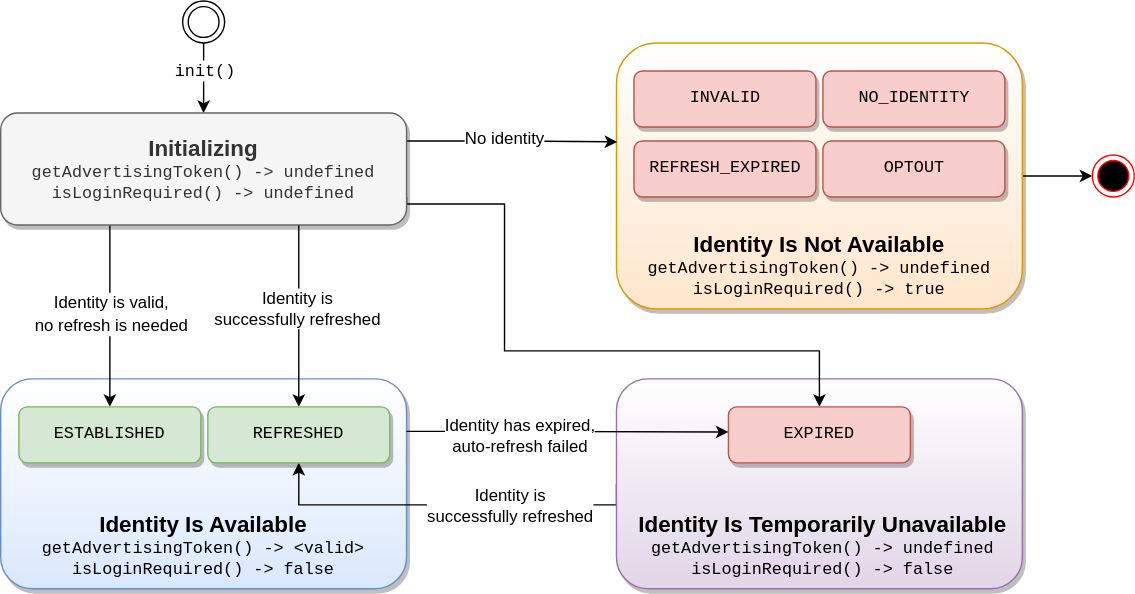
This is api/v1/sdks/uid2-js-sdk-workflow.svg from IABTechLab/uid2docs, a draw.io export, as it was before one commit. Source tidied: cells renumbered, new cells last; positions are measured from the earlier drawing's top-left corner, leaving out a move shared by most shapes.
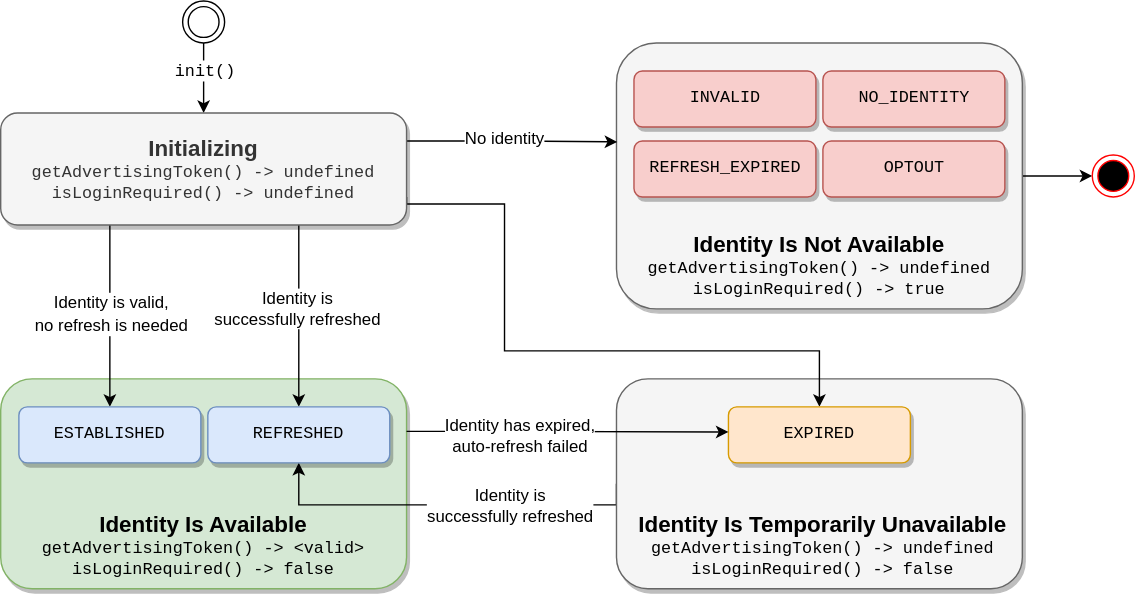
After the change.

What changed in the source:
```diff
@@ -2,7 +2,7 @@
   <root>
     <mxCell id="0" />
     <mxCell id="1" parent="0" />
-    <mxCell id="2" style="rounded=1;whiteSpace=wrap;html=1;fontFamily=Courier New;fontSize=16;fillColor=#dae8fc;strokeColor=#6c8ebf;gradientColor=#ffffff;gradientDirection=north;shadow=1;" parent="1" vertex="1">
+    <mxCell id="2" style="rounded=1;whiteSpace=wrap;html=1;fontFamily=Courier New;fontSize=16;fillColor=#d5e8d4;strokeColor=#82b366;gradientDirection=north;shadow=1;" parent="1" vertex="1">
       <mxGeometry y="270" width="290" height="150" as="geometry" />
     </mxCell>
     <mxCell id="3" style="edgeStyle=orthogonalEdgeStyle;rounded=0;jettySize=auto;html=1;fontFamily=Helvetica;fontSize=12;entryX=0.5;entryY=1;entryDx=0;entryDy=0;exitX=0;exitY=0.5;exitDx=0;exitDy=0;" parent="1" edge="1" source="5" target="19">
@@ -18,13 +18,13 @@
         <mxPoint x="17" as="offset" />
       </mxGeometry>
     </mxCell>
-    <mxCell id="5" style="rounded=1;whiteSpace=wrap;html=1;fontFamily=Courier New;fontSize=16;fillColor=#e1d5e7;strokeColor=#9673a6;gradientColor=#ffffff;gradientDirection=north;shadow=1;" parent="1" vertex="1">
+    <mxCell id="5" style="rounded=1;whiteSpace=wrap;html=1;fontFamily=Courier New;fontSize=16;fillColor=#f5f5f5;strokeColor=#666666;gradientDirection=north;shadow=1;fontColor=#333333;" parent="1" vertex="1">
       <mxGeometry x="440" y="270" width="290" height="150" as="geometry" />
     </mxCell>
     <mxCell id="6" style="edgeStyle=orthogonalEdgeStyle;rounded=0;jettySize=auto;html=1;exitX=1;exitY=0.5;exitDx=0;exitDy=0;entryX=0;entryY=0.5;entryDx=0;entryDy=0;fontFamily=Helvetica;fontSize=12;fontColor=default;" parent="1" edge="1" source="7" target="28">
       <mxGeometry relative="1" as="geometry" />
     </mxCell>
-    <mxCell id="7" style="rounded=1;whiteSpace=wrap;html=1;fontFamily=Courier New;fontSize=16;fillColor=#ffe6cc;strokeColor=#d79b00;gradientColor=#ffffff;gradientDirection=north;shadow=1;" parent="1" vertex="1">
+    <mxCell id="7" style="rounded=1;whiteSpace=wrap;html=1;fontFamily=Courier New;fontSize=16;fillColor=#f5f5f5;strokeColor=#666666;gradientDirection=north;shadow=1;fontColor=#333333;" parent="1" vertex="1">
       <mxGeometry x="440" y="30" width="290" height="190" as="geometry" />
     </mxCell>
     <mxCell id="8" style="edgeStyle=orthogonalEdgeStyle;rounded=0;jettySize=auto;html=1;exitX=0.5;exitY=1;exitDx=0;exitDy=0;entryX=0.5;entryY=0;entryDx=0;entryDy=0;fontFamily=Helvetica;fontSize=12;fontColor=default;" parent="1" edge="1" source="29" target="17">
@@ -70,10 +70,10 @@
     <mxCell id="18" value="&lt;font style=&quot;font-size: 16px&quot;&gt;&lt;b&gt;&lt;font style=&quot;font-size: 16px&quot;&gt;Identity Is Available&lt;/font&gt;&lt;/b&gt;&lt;br&gt;&lt;/font&gt;&lt;span style=&quot;&quot;&gt;&lt;font face=&quot;Courier New&quot;&gt;getAdvertisingToken() -&amp;gt; &amp;lt;valid&amp;gt;&lt;br&gt;isLoginRequired() -&amp;gt; false&lt;/font&gt;&lt;br&gt;&lt;/span&gt;" style="rounded=1;whiteSpace=wrap;html=1;strokeColor=none;fillColor=none;labelBackgroundColor=none;" parent="1" vertex="1">
       <mxGeometry x="15" y="359" width="260" height="60" as="geometry" />
     </mxCell>
-    <mxCell id="19" value="REFRESHED" style="rounded=1;whiteSpace=wrap;html=1;fontFamily=Courier New;fontSize=12;fillColor=#d5e8d4;strokeColor=#82b366;shadow=1;" parent="1" vertex="1">
+    <mxCell id="19" value="REFRESHED" style="rounded=1;whiteSpace=wrap;html=1;fontFamily=Courier New;fontSize=12;fillColor=#dae8fc;strokeColor=#6c8ebf;shadow=1;" parent="1" vertex="1">
       <mxGeometry x="148" y="290" width="130" height="40" as="geometry" />
     </mxCell>
-    <mxCell id="20" value="ESTABLISHED" style="rounded=1;whiteSpace=wrap;html=1;fontFamily=Courier New;fontSize=12;fillColor=#d5e8d4;strokeColor=#82b366;shadow=1;" parent="1" vertex="1">
+    <mxCell id="20" value="ESTABLISHED" style="rounded=1;whiteSpace=wrap;html=1;fontFamily=Courier New;fontSize=12;fillColor=#dae8fc;strokeColor=#6c8ebf;shadow=1;" parent="1" vertex="1">
       <mxGeometry x="13" y="290" width="130" height="40" as="geometry" />
     </mxCell>
     <mxCell id="21" value="NO_IDENTITY" style="rounded=1;whiteSpace=wrap;html=1;fontFamily=Courier New;fontSize=12;fillColor=#f8cecc;strokeColor=#b85450;shadow=1;" parent="1" vertex="1">
@@ -85,7 +85,7 @@
     <mxCell id="23" value="OPTOUT" style="rounded=1;whiteSpace=wrap;html=1;fontFamily=Courier New;fontSize=12;fillColor=#f8cecc;strokeColor=#b85450;shadow=1;" parent="1" vertex="1">
       <mxGeometry x="587.5" y="100" width="130" height="40" as="geometry" />
     </mxCell>
-    <mxCell id="24" value="EXPIRED" style="rounded=1;whiteSpace=wrap;html=1;fontFamily=Courier New;fontSize=12;fillColor=#f8cecc;strokeColor=#b85450;shadow=1;" parent="1" vertex="1">
+    <mxCell id="24" value="EXPIRED" style="rounded=1;whiteSpace=wrap;html=1;fontFamily=Courier New;fontSize=12;fillColor=#ffe6cc;strokeColor=#d79b00;shadow=1;" parent="1" vertex="1">
       <mxGeometry x="520" y="290" width="130" height="40" as="geometry" />
     </mxCell>
     <mxCell id="25" value="INVALID" style="rounded=1;whiteSpace=wrap;html=1;fontFamily=Courier New;fontSize=12;fillColor=#f8cecc;strokeColor=#b85450;shadow=1;" parent="1" vertex="1">
```
